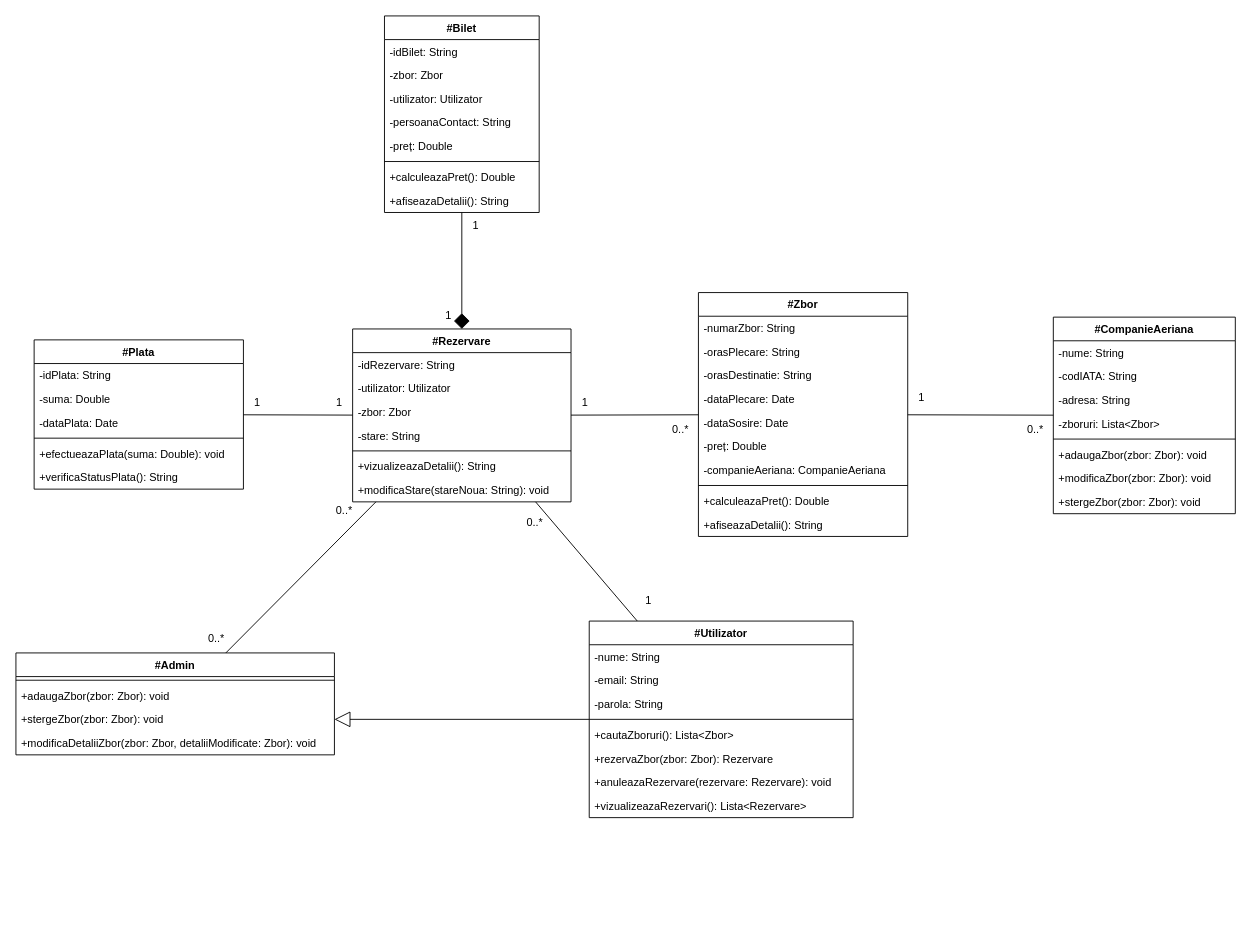
Above: page "CLASE" (1 of 4) of uml.drawio in mateic2006/Proiect (draw.io), before the change. Source tidied: cells renumbered, new cells numbered last; positions are measured from the earlier drawing's top-left corner, leaving out a move shared by most shapes. Both pictures are drawn from the tidied source at 91%, with x=0, y=0 at pixel (15, 15).
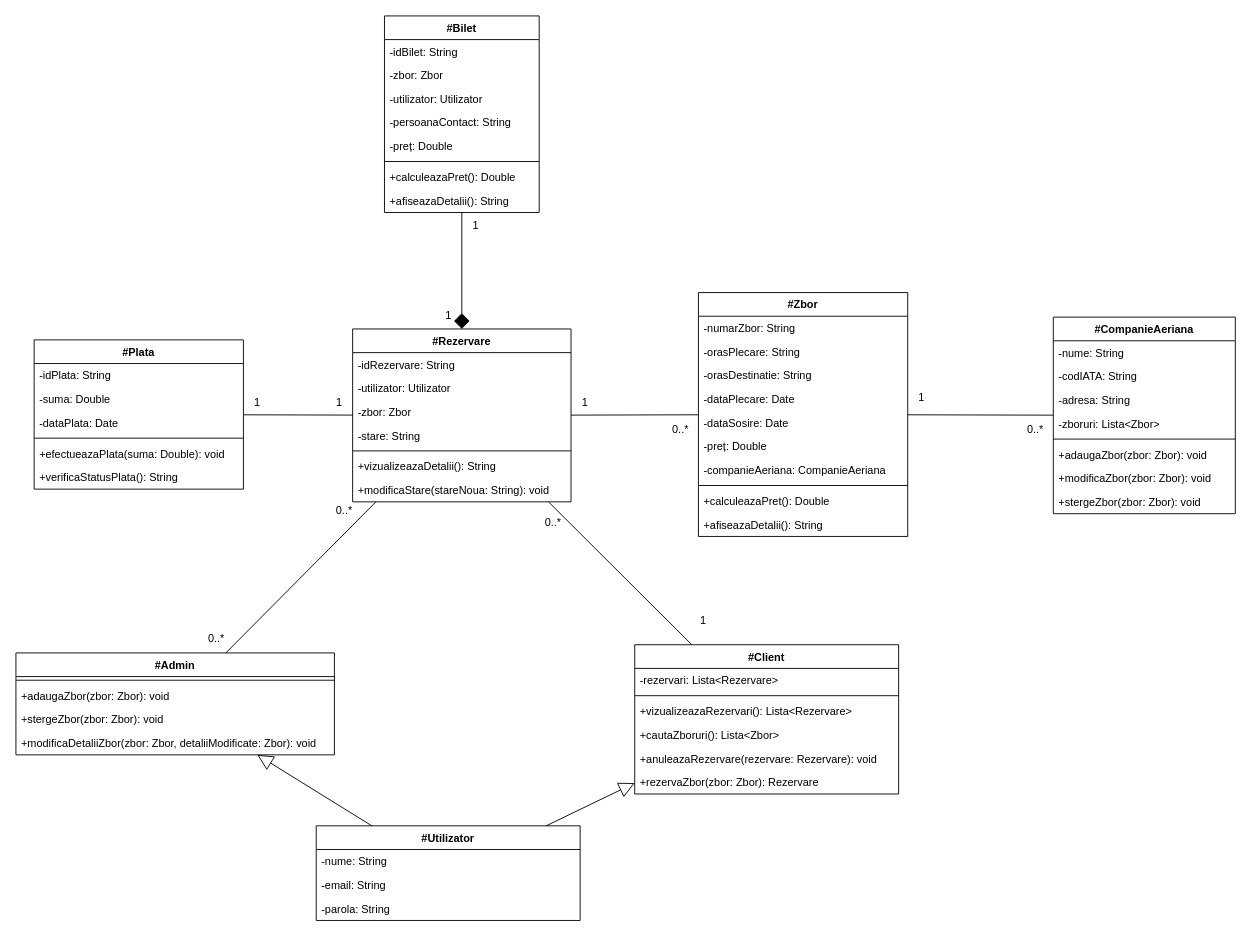
After the change.

The change refers to these unchanged cells:
```xml
<mxCell id="13" value="#Admin" style="swimlane;fontStyle=1;horizontal=1;startSize=26;fillColor=light-dark(#FFFFFF,#33FF33);" parent="1" vertex="1">
  <mxGeometry y="700" width="350" height="112" as="geometry" />
</mxCell>
<mxCell id="16" value="+stergeZbor(zbor: Zbor): void" style="text;strokeColor=none;fillColor=none;align=left;verticalAlign=top;spacingLeft=4;spacingRight=4;overflow=hidden;points=[[0,0.5],[1,0.5]];portConstraint=eastwest;" parent="13" vertex="1">
  <mxGeometry y="60" width="350" height="26" as="geometry" />
</mxCell>
<mxCell id="58" value="#Rezervare" style="swimlane;fontStyle=1;horizontal=1;startSize=26;fillColor=light-dark(#FFFFFF,#660000);" parent="1" vertex="1">
  <mxGeometry x="370" y="344" width="240" height="190" as="geometry" />
</mxCell>
```

Change to the diagram source:
```diff
@@
-    <mxCell id="2" style="edgeStyle=none;html=1;endArrow=none;endFill=0;arcSize=20;enumerate=0;comic=0;strokeWidth=1;" parent="1" edge="1" source="3" target="58">
+    <mxCell id="2" style="edgeStyle=none;html=1;endArrow=none;endFill=0;arcSize=20;enumerate=0;comic=0;strokeWidth=1;" parent="1" edge="1" source="79" target="58">
       <mxGeometry relative="1" as="geometry" />
     </mxCell>
     <mxCell id="3" value="#Utilizator" style="swimlane;fontStyle=1;horizontal=1;startSize=26;fillColor=light-dark(#FFFFFF,#336600);" parent="1" vertex="1">
-      <mxGeometry x="630" y="665" width="290" height="216" as="geometry" />
+      <mxGeometry x="330" y="890" width="290" height="104" as="geometry" />
     </mxCell>
@@
-    <mxCell id="7" style="line;strokeWidth=1;fillColor=none;align=left;verticalAlign=middle;spacingTop=-1;spacingLeft=3;spacingRight=3;labelPosition=right;" parent="3" vertex="1">
-      <mxGeometry y="104" width="290" height="8" as="geometry" />
-    </mxCell>
-    <mxCell id="8" value="+cautaZboruri(): Lista&lt;Zbor&gt;" style="text;strokeColor=none;fillColor=none;align=left;verticalAlign=top;spacingLeft=4;spacingRight=4;overflow=hidden;" parent="3" vertex="1">
-      <mxGeometry y="112" width="290" height="26" as="geometry" />
-    </mxCell>
-    <mxCell id="9" value="+rezervaZbor(zbor: Zbor): Rezervare" style="text;strokeColor=none;fillColor=none;align=left;verticalAlign=top;spacingLeft=4;spacingRight=4;overflow=hidden;" parent="3" vertex="1">
-      <mxGeometry y="138" width="290" height="26" as="geometry" />
-    </mxCell>
-    <mxCell id="10" value="+anuleazaRezervare(rezervare: Rezervare): void" style="text;strokeColor=none;fillColor=none;align=left;verticalAlign=top;spacingLeft=4;spacingRight=4;overflow=hidden;" parent="3" vertex="1">
-      <mxGeometry y="164" width="290" height="26" as="geometry" />
-    </mxCell>
-    <mxCell id="11" value="+vizualizeazaRezervari(): Lista&lt;Rezervare&gt;" style="text;strokeColor=none;fillColor=none;align=left;verticalAlign=top;spacingLeft=4;spacingRight=4;overflow=hidden;" parent="3" vertex="1">
-      <mxGeometry y="190" width="290" height="26" as="geometry" />
-    </mxCell>
@@
-    <mxCell id="66" style="edgeStyle=none;html=1;endArrow=none;endFill=0;endSize=15;startArrow=block;startFill=0;startSize=15;" parent="1" edge="1" source="16" target="3">
+    <mxCell id="66" style="edgeStyle=none;html=1;endArrow=none;endFill=0;endSize=15;startArrow=block;startFill=0;startSize=15;" parent="1" edge="1" source="13" target="3">
       <mxGeometry relative="1" as="geometry" />
     </mxCell>
     <mxCell id="67" value="1" style="text;html=1;align=center;verticalAlign=middle;strokeColor=none;fillColor=none;" parent="1" vertex="1">
-      <mxGeometry x="680" y="628" width="30" height="30" as="geometry" />
+      <mxGeometry x="740" y="650" width="30" height="30" as="geometry" />
     </mxCell>
     <mxCell id="68" value="0..*" style="text;html=1;align=center;verticalAlign=middle;strokeColor=none;fillColor=none;" parent="1" vertex="1">
-      <mxGeometry x="550" y="542" width="40" height="30" as="geometry" />
+      <mxGeometry x="570" y="542" width="40" height="30" as="geometry" />
     </mxCell>
@@
+    <mxCell id="79" value="#Client" style="swimlane;fontStyle=1;horizontal=1;startSize=26;fillColor=light-dark(#FFFFFF,#333300);" parent="1" vertex="1">
+      <mxGeometry x="680" y="691" width="290" height="164" as="geometry" />
+    </mxCell>
+    <mxCell id="80" value="-rezervari: Lista&lt;Rezervare&gt;" style="text;strokeColor=none;fillColor=none;align=left;verticalAlign=top;spacingLeft=4;spacingRight=4;overflow=hidden;" parent="79" vertex="1">
+      <mxGeometry y="26" width="290" height="26" as="geometry" />
+    </mxCell>
+    <mxCell id="7" style="line;strokeWidth=1;fillColor=none;align=left;verticalAlign=middle;spacingTop=-1;spacingLeft=3;spacingRight=3;labelPosition=right;" parent="79" vertex="1">
+      <mxGeometry y="52" width="290" height="8" as="geometry" />
+    </mxCell>
+    <mxCell id="11" value="+vizualizeazaRezervari(): Lista&lt;Rezervare&gt;" style="text;strokeColor=none;fillColor=none;align=left;verticalAlign=top;spacingLeft=4;spacingRight=4;overflow=hidden;" parent="79" vertex="1">
+      <mxGeometry y="60" width="290" height="26" as="geometry" />
+    </mxCell>
+    <mxCell id="8" value="+cautaZboruri(): Lista&lt;Zbor&gt;" style="text;strokeColor=none;fillColor=none;align=left;verticalAlign=top;spacingLeft=4;spacingRight=4;overflow=hidden;" parent="79" vertex="1">
+      <mxGeometry y="86" width="290" height="26" as="geometry" />
+    </mxCell>
+    <mxCell id="10" value="+anuleazaRezervare(rezervare: Rezervare): void" style="text;strokeColor=none;fillColor=none;align=left;verticalAlign=top;spacingLeft=4;spacingRight=4;overflow=hidden;" parent="79" vertex="1">
+      <mxGeometry y="112" width="290" height="26" as="geometry" />
+    </mxCell>
+    <mxCell id="9" value="+rezervaZbor(zbor: Zbor): Rezervare" style="text;strokeColor=none;fillColor=none;align=left;verticalAlign=top;spacingLeft=4;spacingRight=4;overflow=hidden;" parent="79" vertex="1">
+      <mxGeometry y="138" width="290" height="26" as="geometry" />
+    </mxCell>
+    <mxCell id="81" style="edgeStyle=none;html=1;endArrow=none;endFill=0;endSize=15;startArrow=block;startFill=0;startSize=15;" parent="1" edge="1" source="79" target="3">
+      <mxGeometry relative="1" as="geometry" />
+    </mxCell>
```
